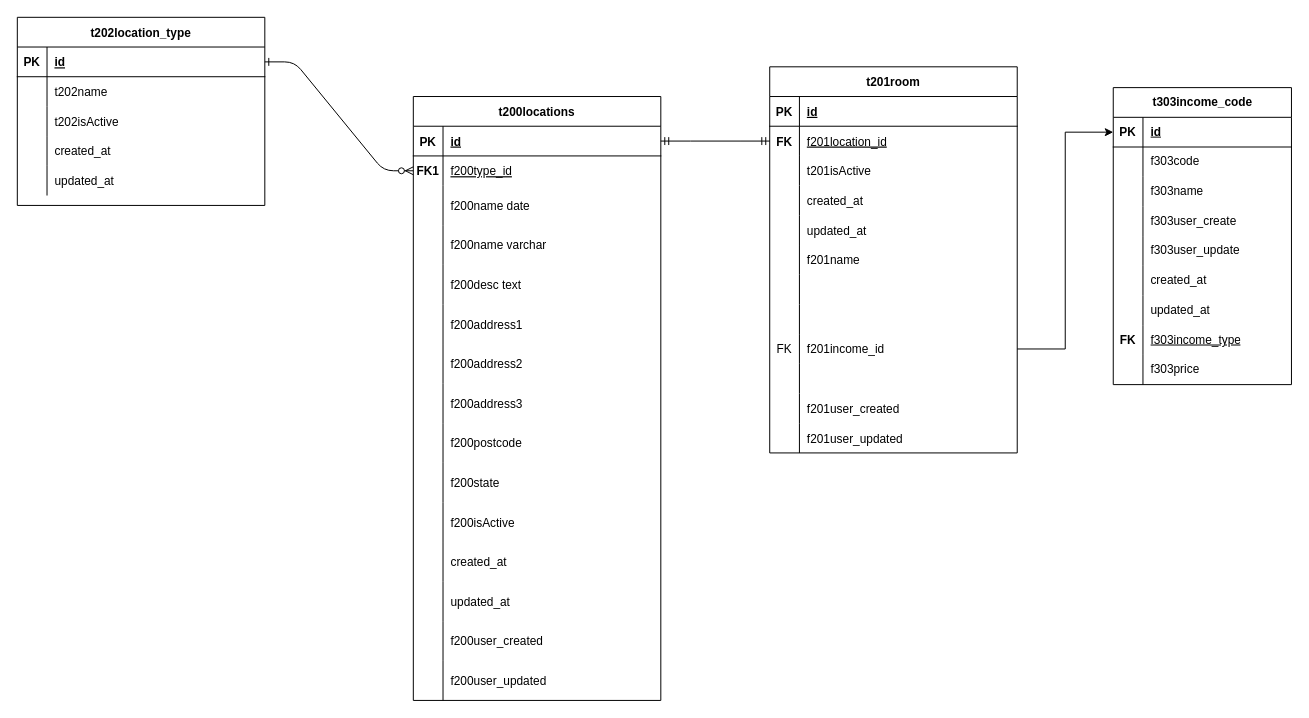
Before: page "Room management" (4 of 5) of rentall_app.drawio in harishaikal940322/diagram, a draw.io diagram. Source tidied: cells renumbered, new cells numbered last; positions are measured from the earlier drawing's top-left corner, leaving out a move shared by most shapes. Both pictures are drawn from the tidied source at 99%, with x=0, y=0 at pixel (17, 17).
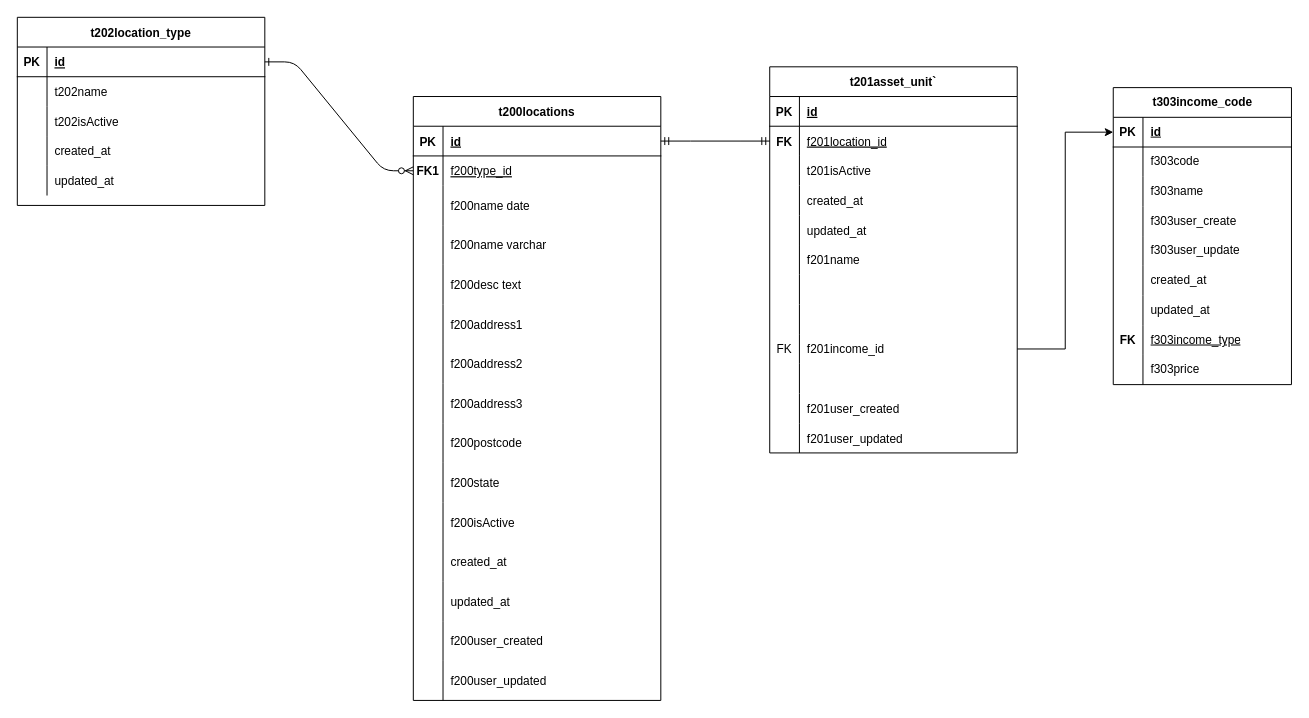
After the change.

The edit, as a diff of the source:
```diff
@@
-    <mxCell id="65" value="t201room" style="shape=table;startSize=30;childLayout=tableLayout;rowLines=0;fontStyle=1;align=center;" parent="1" vertex="1">
+    <mxCell id="65" value="t201asset_unit`" style="shape=table;startSize=30;childLayout=tableLayout;rowLines=0;fontStyle=1;align=center;" parent="1" vertex="1">
       <mxGeometry x="760" y="50" width="250" height="390" as="geometry" />
     </mxCell>
```
